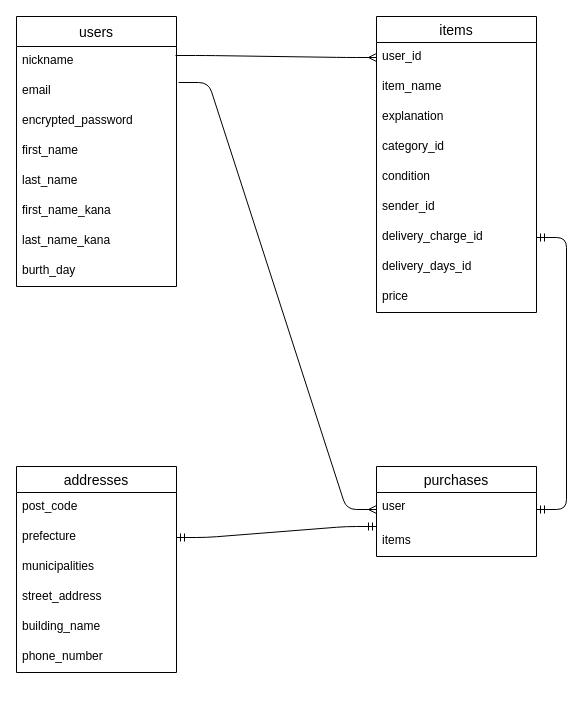
This is furima-39678.dio from Naoya-kitamoto/furima-39678, a draw.io file, before an edit. Source tidied: cells renumbered, new cells numbered last; positions are measured from the earlier drawing's top-left corner, leaving out a move shared by most shapes. Both pictures are drawn from the tidied source at 100%, with x=0, y=0 at pixel (16, 16).
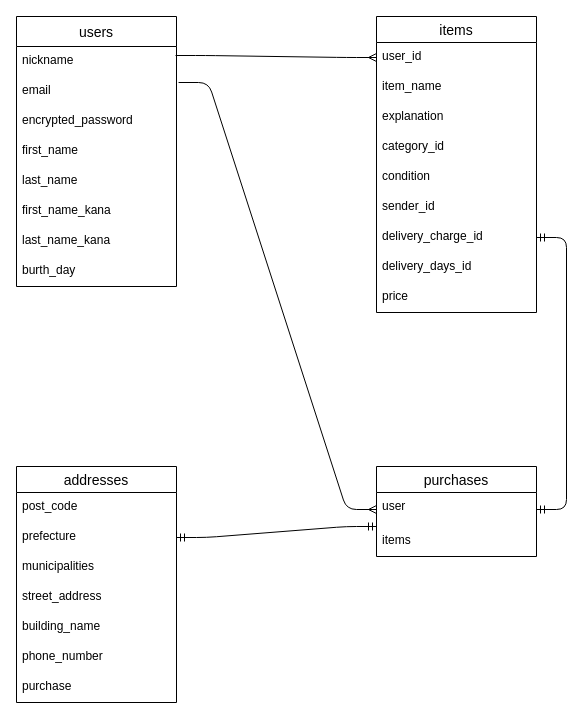
The same page after the edit.

Commit message (it also covers changes not shown here):
READ.MEの修正

The edit, as a diff of the source:
```diff
@@
     <mxCell id="22" value="addresses" style="swimlane;fontStyle=0;horizontal=1;startSize=26;align=center;fontSize=14;" parent="1" vertex="1">
-      <mxGeometry y="450" width="160" height="206" as="geometry" />
+      <mxGeometry y="450" width="160" height="236" as="geometry" />
     </mxCell>
@@
+    <mxCell id="35" value="purchase" style="text;strokeColor=none;fillColor=none;spacingLeft=4;spacingRight=4;overflow=hidden;fontSize=12;" parent="22" vertex="1">
+      <mxGeometry y="206" width="160" height="30" as="geometry" />
+    </mxCell>
```
